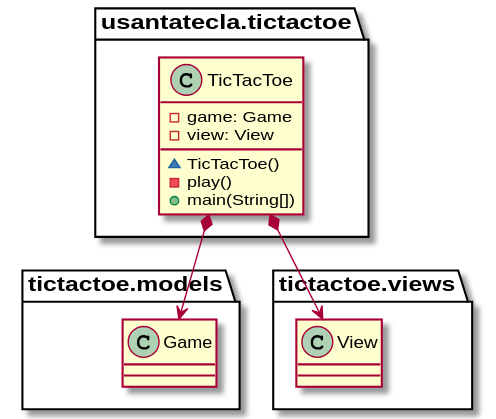
Earlier version of the PlantUML export documentView/console/docs/diagrams/out/paquetes/tictactoe.svg (Jolucaa/USantaTecla-project-ticTacToe).
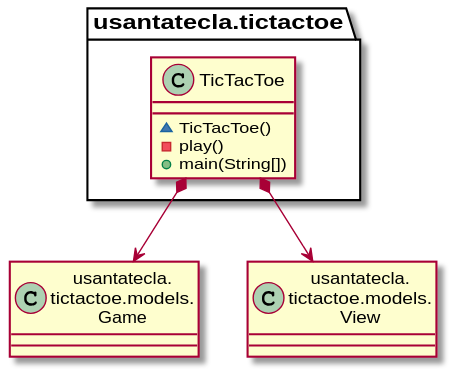
Above is the later version.

What changed in the source:
```diff
@@ -1,11 +1,12 @@
 @startuml
+class Game as "usantatecla.\ntictactoe.models.\nGame"
+class View as "usantatecla.\ntictactoe.models.\nView"
+
 class  usantatecla.tictactoe.TicTacToe{
-- game: Game
-- view: View
-~ TicTacToe()
-- play()
-+ main(String[])
+  ~ TicTacToe()
+  - play()
+  + main(String[])
 }
-usantatecla.tictactoe.TicTacToe *-down-> tictactoe.models.Game
-usantatecla.tictactoe.TicTacToe *-down-> tictactoe.views.View
+usantatecla.tictactoe.TicTacToe *-down-> Game
+usantatecla.tictactoe.TicTacToe *-down-> View
 @enduml
```
